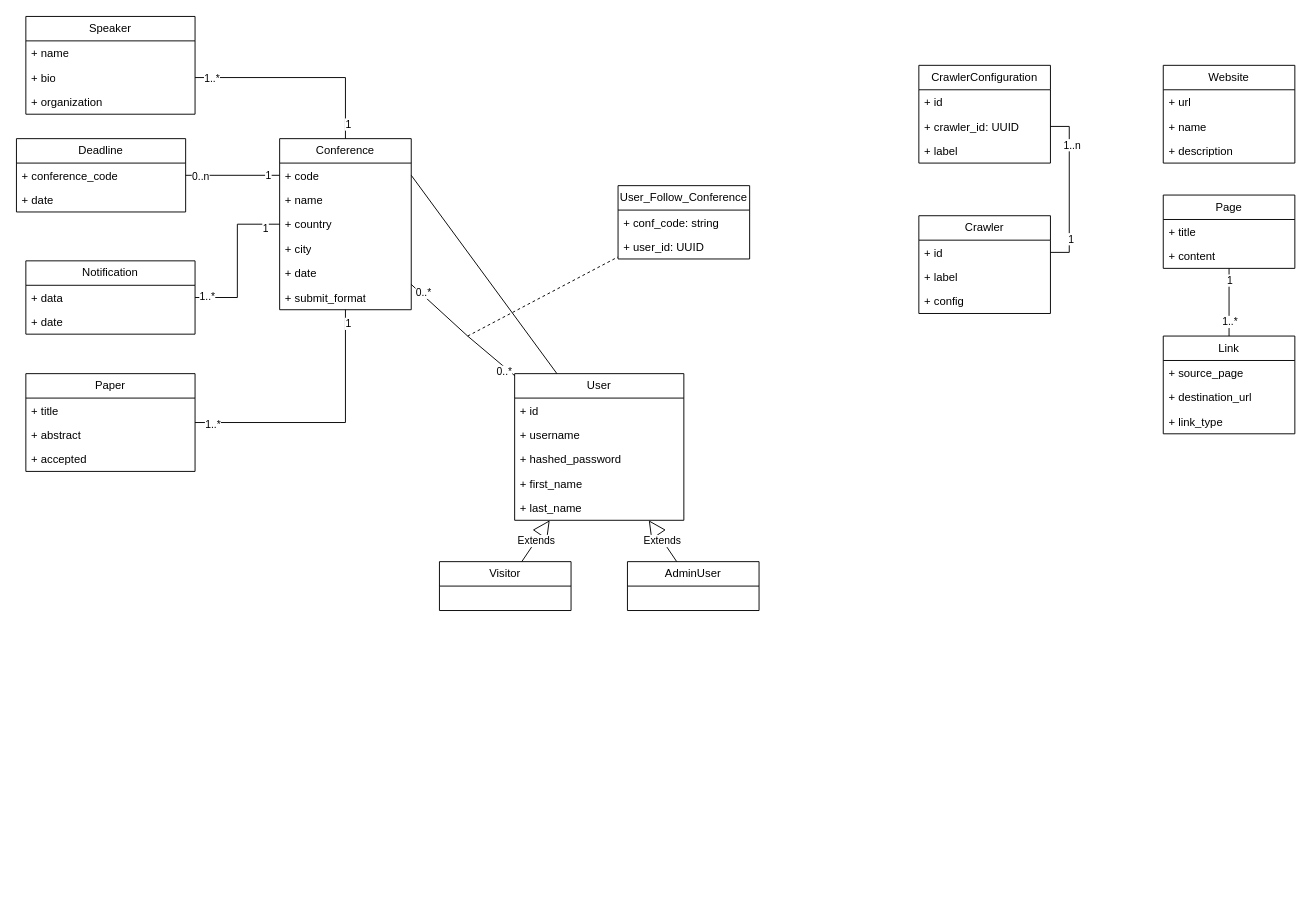
Above: page "Class" (2 of 5) of Diagram/Use Case.drawio in Technologie-Logicielle/spiderbot (draw.io), before the change. Source tidied: cells renumbered, new cells numbered last; positions are measured from the earlier drawing's top-left corner, leaving out a move shared by most shapes. Both pictures are drawn from the tidied source at 94%, with x=0, y=0 at pixel (16, 16).
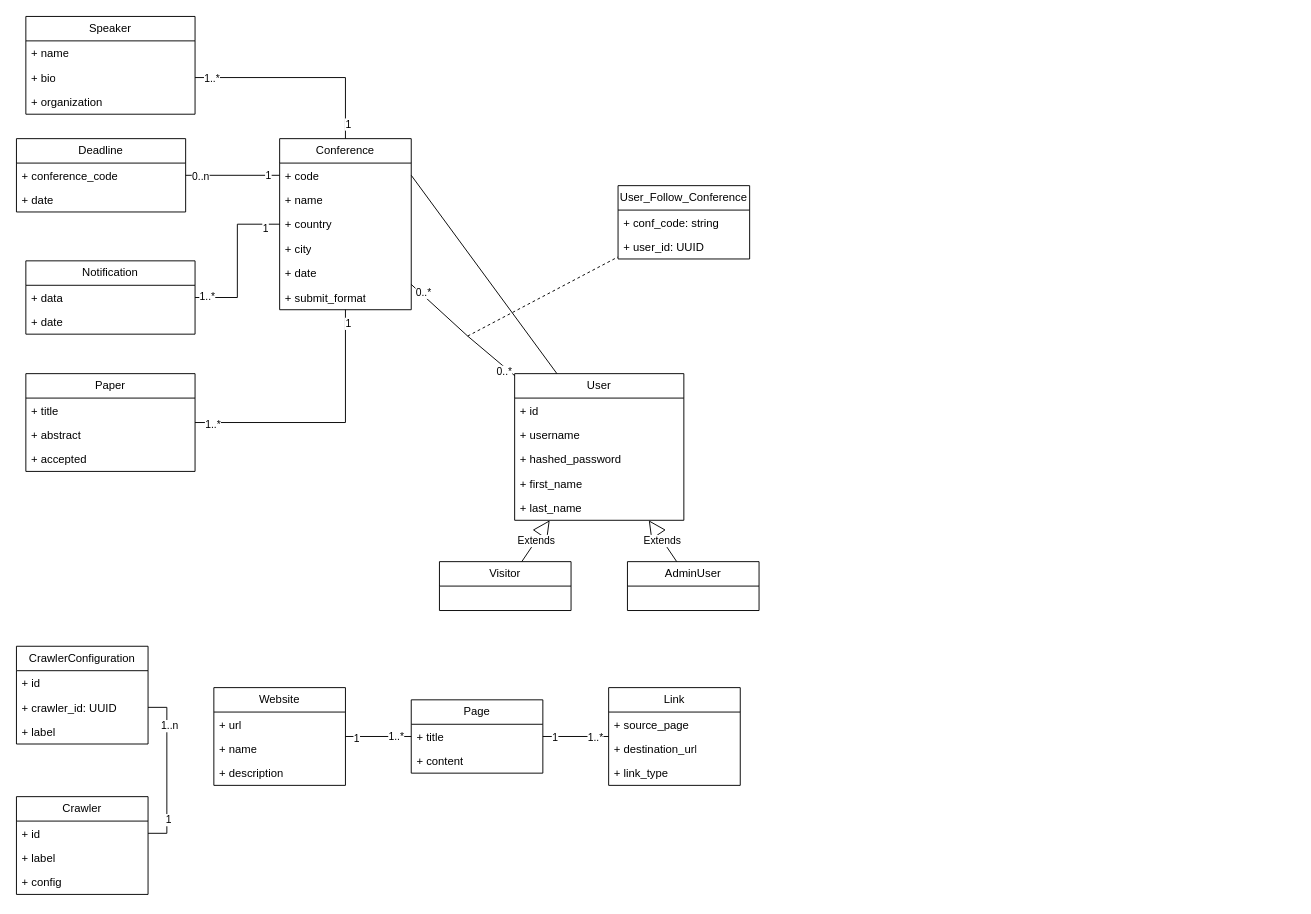
The same diagram, later.

What changed in the source:
```diff
@@
     <mxCell id="9" value="Crawler" style="swimlane;fontStyle=0;horizontal=1;startSize=26;fillColor=none;whiteSpace=wrap;html=1;" parent="1" vertex="1">
-      <mxGeometry x="960" y="212" width="140" height="104" as="geometry" />
+      <mxGeometry y="830" width="140" height="104" as="geometry" />
     </mxCell>
@@
     <mxCell id="13" value="CrawlerConfiguration" style="swimlane;fontStyle=0;horizontal=1;startSize=26;fillColor=none;whiteSpace=wrap;html=1;" parent="1" vertex="1">
-      <mxGeometry x="960" y="52" width="140" height="104" as="geometry" />
+      <mxGeometry y="670" width="140" height="104" as="geometry" />
     </mxCell>
@@
     <mxCell id="66" value="Website" style="swimlane;fontStyle=0;horizontal=1;startSize=26;fillColor=none;whiteSpace=wrap;html=1;" parent="1" vertex="1">
-      <mxGeometry x="1220" y="52" width="140" height="104" as="geometry" />
+      <mxGeometry x="210" y="714" width="140" height="104" as="geometry" />
     </mxCell>
@@
+    <mxCell id="80" style="edgeStyle=orthogonalEdgeStyle;rounded=0;jettySize=auto;html=1;endArrow=none;endFill=0;" parent="1" edge="1" source="70" target="66">
+      <mxGeometry relative="1" as="geometry" />
+    </mxCell>
+    <mxCell id="81" value="1" style="edgeLabel;html=1;align=center;verticalAlign=middle;" parent="80" vertex="1">
+      <mxGeometry x="0.69" y="1" relative="1" as="geometry" />
+    </mxCell>
+    <mxCell id="82" value="1..*" style="edgeLabel;html=1;align=center;verticalAlign=middle;" parent="80" vertex="1">
+      <mxGeometry x="-0.51" y="-1" relative="1" as="geometry" />
+    </mxCell>
     <mxCell id="70" value="Page" style="swimlane;fontStyle=0;horizontal=1;startSize=26;fillColor=none;whiteSpace=wrap;html=1;" parent="1" vertex="1">
-      <mxGeometry x="1220" y="190" width="140" height="78" as="geometry" />
+      <mxGeometry x="420" y="727" width="140" height="78" as="geometry" />
     </mxCell>
@@
-    <mxCell id="73" style="edgeStyle=orthogonalEdgeStyle;rounded=0;jettySize=auto;html=1;exitX=0.5;exitY=0;exitDx=0;exitDy=0;endArrow=none;endFill=0;" parent="1" edge="1" source="76" target="70">
+    <mxCell id="73" style="edgeStyle=orthogonalEdgeStyle;rounded=0;jettySize=auto;html=1;endArrow=none;endFill=0;" parent="1" edge="1" source="76" target="70">
       <mxGeometry relative="1" as="geometry" />
     </mxCell>
@@
     <mxCell id="76" value="Link" style="swimlane;fontStyle=0;horizontal=1;startSize=26;fillColor=none;whiteSpace=wrap;html=1;" parent="1" vertex="1">
-      <mxGeometry x="1220" y="340" width="140" height="104" as="geometry" />
+      <mxGeometry x="630" y="714" width="140" height="104" as="geometry" />
     </mxCell>
```
